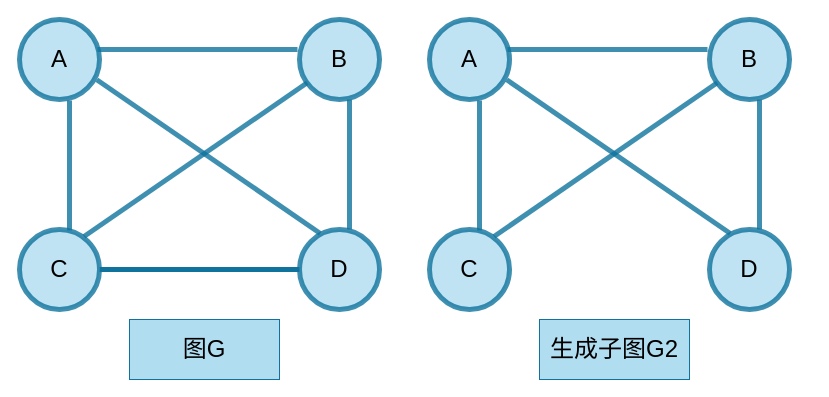
SamPong/software keeps this draw.io diagram as 生成子图.drawio. Above is the earlier version. Source tidied: cells renumbered, new cells numbered last; positions are measured from the earlier drawing's top-left corner, leaving out a move shared by most shapes. Both pictures are drawn from the tidied source at 100%, with x=0, y=0 at pixel (19, 19).
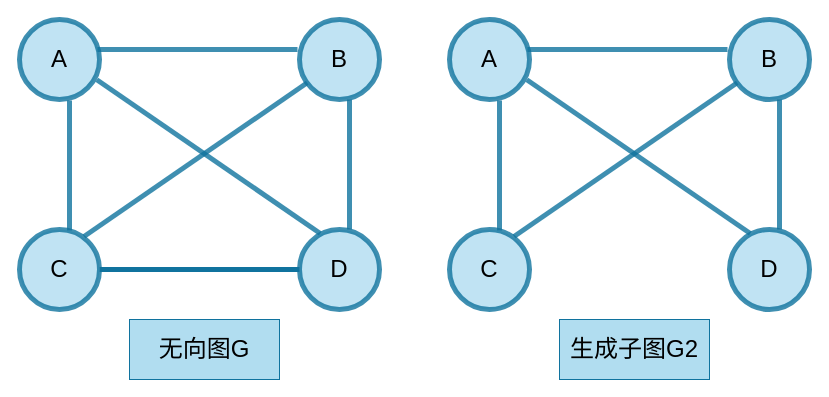
The same page after the edit.

Commit message (it also covers changes not shown here):
更新生成子图.drawio

Change to the diagram source:
```diff
@@
-    <mxCell id="12" value="&lt;font style=&quot;font-size: 24px;&quot;&gt;图G&lt;/font&gt;" style="rounded=0;whiteSpace=wrap;html=1;fillColor=#b1ddf0;strokeColor=#10739e;" parent="1" vertex="1">
+    <mxCell id="12" value="&lt;font style=&quot;font-size: 24px;&quot;&gt;无向图G&lt;/font&gt;" style="rounded=0;whiteSpace=wrap;html=1;fillColor=#b1ddf0;strokeColor=#10739e;" parent="1" vertex="1">
       <mxGeometry x="110" y="300" width="150" height="60" as="geometry" />
     </mxCell>
     <mxCell id="13" value="&lt;font style=&quot;font-size: 24px;&quot;&gt;A&lt;/font&gt;" style="ellipse;whiteSpace=wrap;html=1;strokeWidth=5;strokeColor=#10739e;shadow=0;opacity=80;fixDash=0;backgroundOutline=0;fillColor=#b1ddf0;" parent="1" vertex="1">
-      <mxGeometry x="410" width="80" height="80" as="geometry" />
+      <mxGeometry x="430" width="80" height="80" as="geometry" />
     </mxCell>
     <mxCell id="14" value="&lt;font style=&quot;font-size: 24px;&quot;&gt;D&lt;/font&gt;" style="ellipse;whiteSpace=wrap;html=1;strokeWidth=5;strokeColor=#10739e;shadow=0;opacity=80;fixDash=0;backgroundOutline=0;fillColor=#b1ddf0;" parent="1" vertex="1">
-      <mxGeometry x="690" y="210" width="80" height="80" as="geometry" />
+      <mxGeometry x="710" y="210" width="80" height="80" as="geometry" />
     </mxCell>
     <mxCell id="15" value="&lt;font style=&quot;font-size: 24px;&quot;&gt;C&lt;/font&gt;" style="ellipse;whiteSpace=wrap;html=1;strokeWidth=5;strokeColor=#10739e;shadow=0;opacity=80;fixDash=0;backgroundOutline=0;fillColor=#b1ddf0;" parent="1" vertex="1">
-      <mxGeometry x="410" y="210" width="80" height="80" as="geometry" />
+      <mxGeometry x="430" y="210" width="80" height="80" as="geometry" />
     </mxCell>
     <mxCell id="16" value="&lt;font style=&quot;font-size: 24px;&quot;&gt;B&lt;/font&gt;" style="ellipse;whiteSpace=wrap;html=1;strokeWidth=5;strokeColor=#10739e;shadow=0;opacity=80;fixDash=0;backgroundOutline=0;fillColor=#b1ddf0;" parent="1" vertex="1">
-      <mxGeometry x="690" width="80" height="80" as="geometry" />
+      <mxGeometry x="710" width="80" height="80" as="geometry" />
     </mxCell>
     <mxCell id="17" style="endArrow=none;html=1;rounded=0;exitX=1;exitY=0.5;exitDx=0;exitDy=0;entryX=0;entryY=0.5;entryDx=0;entryDy=0;strokeWidth=5;strokeColor=#10739e;shadow=0;opacity=80;snapToPoint=1;fixDash=0;backgroundOutline=0;endFill=0;startArrow=none;startFill=0;fillColor=#b1ddf0;" parent="1" edge="1">
       <mxGeometry relative="1" as="geometry">
-        <mxPoint x="488" y="30" as="sourcePoint" />
-        <mxPoint x="688" y="30" as="targetPoint" />
+        <mxPoint x="508" y="30" as="sourcePoint" />
+        <mxPoint x="708" y="30" as="targetPoint" />
         <Array as="points">
-          <mxPoint x="548" y="30" />
+          <mxPoint x="568" y="30" />
         </Array>
       </mxGeometry>
     </mxCell>
     <mxCell id="18" style="endArrow=none;html=1;rounded=0;entryX=0;entryY=1;entryDx=0;entryDy=0;strokeWidth=5;strokeColor=#10739e;shadow=0;opacity=80;snapToPoint=1;fixDash=0;backgroundOutline=0;endFill=0;fillColor=#b1ddf0;startArrow=none;startFill=0;" parent="1" edge="1">
       <mxGeometry relative="1" as="geometry">
-        <mxPoint x="474.5" y="217" as="sourcePoint" />
-        <mxPoint x="697.7" y="63.3" as="targetPoint" />
+        <mxPoint x="494.5" y="217" as="sourcePoint" />
+        <mxPoint x="717.7" y="63.3" as="targetPoint" />
       </mxGeometry>
     </mxCell>
     <mxCell id="19" style="endArrow=none;html=1;rounded=0;exitX=1;exitY=1;exitDx=0;exitDy=0;strokeWidth=5;strokeColor=#10739e;shadow=0;opacity=80;snapToPoint=1;fixDash=0;backgroundOutline=0;endFill=0;fillColor=#b1ddf0;startArrow=none;startFill=0;" parent="1" edge="1">
       <mxGeometry relative="1" as="geometry">
-        <mxPoint x="487.3" y="60.3" as="sourcePoint" />
-        <mxPoint x="710.8" y="214" as="targetPoint" />
+        <mxPoint x="507.3" y="60.3" as="sourcePoint" />
+        <mxPoint x="730.8" y="214" as="targetPoint" />
       </mxGeometry>
     </mxCell>
     <mxCell id="20" style="endArrow=none;html=1;rounded=0;exitX=0.5;exitY=1;exitDx=0;exitDy=0;entryX=0.5;entryY=0;entryDx=0;entryDy=0;strokeWidth=5;strokeColor=#10739e;shadow=0;opacity=80;snapToPoint=1;fixDash=0;backgroundOutline=0;endFill=0;startArrow=none;startFill=0;fillColor=#b1ddf0;" parent="1" edge="1">
       <mxGeometry relative="1" as="geometry">
-        <mxPoint x="460" y="81" as="sourcePoint" />
-        <mxPoint x="460" y="211" as="targetPoint" />
+        <mxPoint x="480" y="81" as="sourcePoint" />
+        <mxPoint x="480" y="211" as="targetPoint" />
       </mxGeometry>
     </mxCell>
     <mxCell id="21" style="endArrow=none;html=1;rounded=0;exitX=0.5;exitY=1;exitDx=0;exitDy=0;strokeWidth=5;strokeColor=#10739e;shadow=0;opacity=80;snapToPoint=1;fixDash=0;backgroundOutline=0;endFill=0;startArrow=none;startFill=0;fillColor=#b1ddf0;" parent="1" edge="1">
       <mxGeometry relative="1" as="geometry">
-        <mxPoint x="740" y="80" as="sourcePoint" />
-        <mxPoint x="740" y="210" as="targetPoint" />
+        <mxPoint x="760" y="80" as="sourcePoint" />
+        <mxPoint x="760" y="210" as="targetPoint" />
       </mxGeometry>
     </mxCell>
     <mxCell id="22" value="&lt;font style=&quot;font-size: 24px;&quot;&gt;生成子图G2&lt;/font&gt;" style="rounded=0;whiteSpace=wrap;html=1;fillColor=#b1ddf0;strokeColor=#10739e;" parent="1" vertex="1">
-      <mxGeometry x="520" y="300" width="150" height="60" as="geometry" />
+      <mxGeometry x="540" y="300" width="150" height="60" as="geometry" />
     </mxCell>
```
